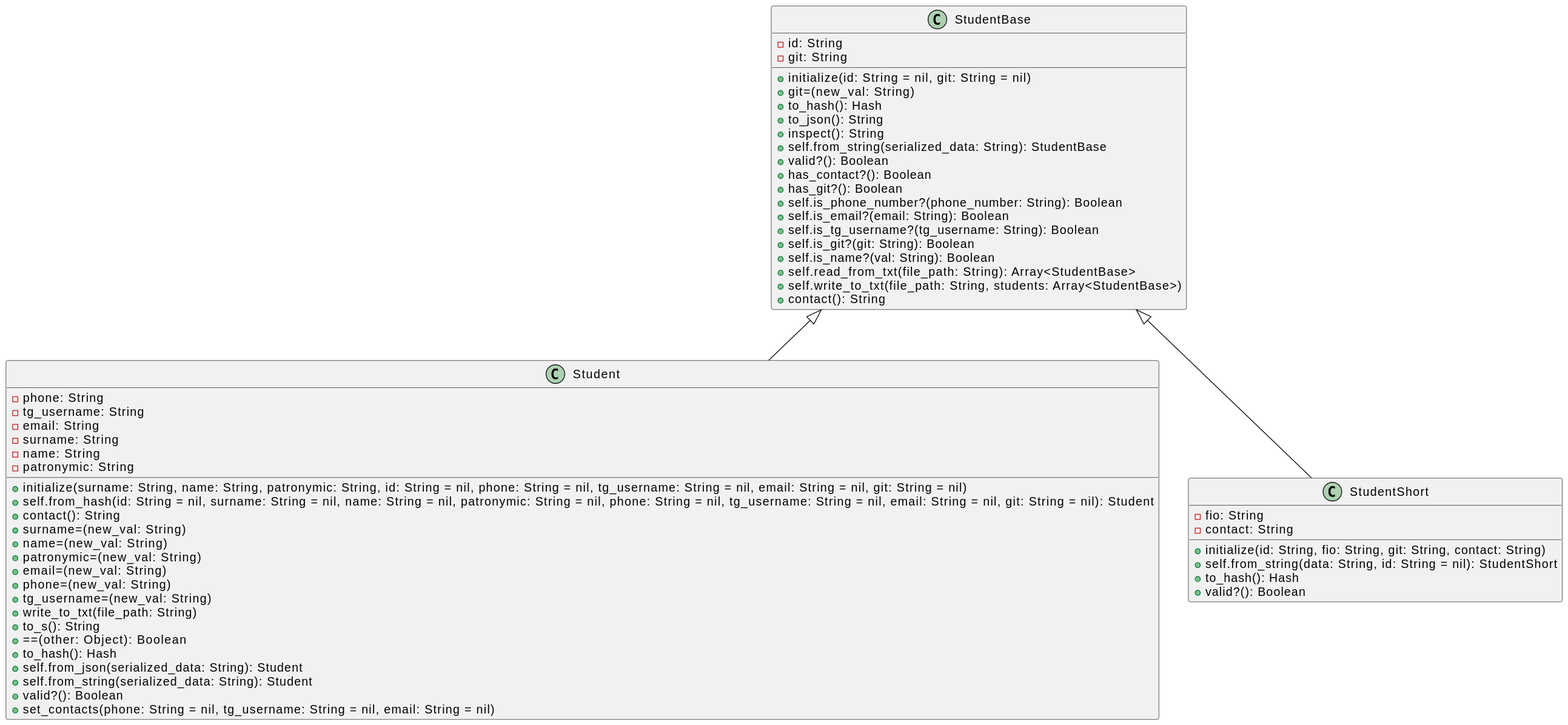
The PlantUML diagram students/diagram.svg in Corray333/design_patterns, before a commit. Its diagram source:
```plantuml
@startuml
class StudentBase {
  - id: String
  - git: String
  + initialize(id: String = nil, git: String = nil)
  + git=(new_val: String)
  + to_hash(): Hash
  + to_json(): String
  + inspect(): String
  + self.from_string(serialized_data: String): StudentBase
  + valid?(): Boolean
  + has_contact?(): Boolean
  + has_git?(): Boolean
  + self.is_phone_number?(phone_number: String): Boolean
  + self.is_email?(email: String): Boolean
  + self.is_tg_username?(tg_username: String): Boolean
  + self.is_git?(git: String): Boolean
  + self.is_name?(val: String): Boolean
  + self.read_from_txt(file_path: String): Array<StudentBase>
  + self.write_to_txt(file_path: String, students: Array<StudentBase>)
  + contact(): String
}

class Student {
  - phone: String
  - tg_username: String
  - email: String
  - surname: String
  - name: String
  - patronymic: String
  + initialize(surname: String, name: String, patronymic: String, id: String = nil, phone: String = nil, tg_username: String = nil, email: String = nil, git: String = nil)
  + self.from_hash(id: String = nil, surname: String = nil, name: String = nil, patronymic: String = nil, phone: String = nil, tg_username: String = nil, email: String = nil, git: String = nil): Student
  + contact(): String
  + surname=(new_val: String)
  + name=(new_val: String)
  + patronymic=(new_val: String)
  + email=(new_val: String)
  + phone=(new_val: String)
  + tg_username=(new_val: String)
  + write_to_txt(file_path: String)
  + to_s(): String
  + <U+003D><U+003D>(other: Object): Boolean
  + to_hash(): Hash
  + self.from_json(serialized_data: String): Student
  + self.from_string(serialized_data: String): Student
  + valid?(): Boolean
  + set_contacts(phone: String = nil, tg_username: String = nil, email: String = nil)
}

class StudentShort {
  - fio: String
  - contact: String
  + initialize(id: String, fio: String, git: String, contact: String)
  + self.from_string(data: String, id: String = nil): StudentShort
  + to_hash(): Hash
  + valid?(): Boolean
}

StudentBase <|-- Student
StudentBase <|-- StudentShort
@enduml
```
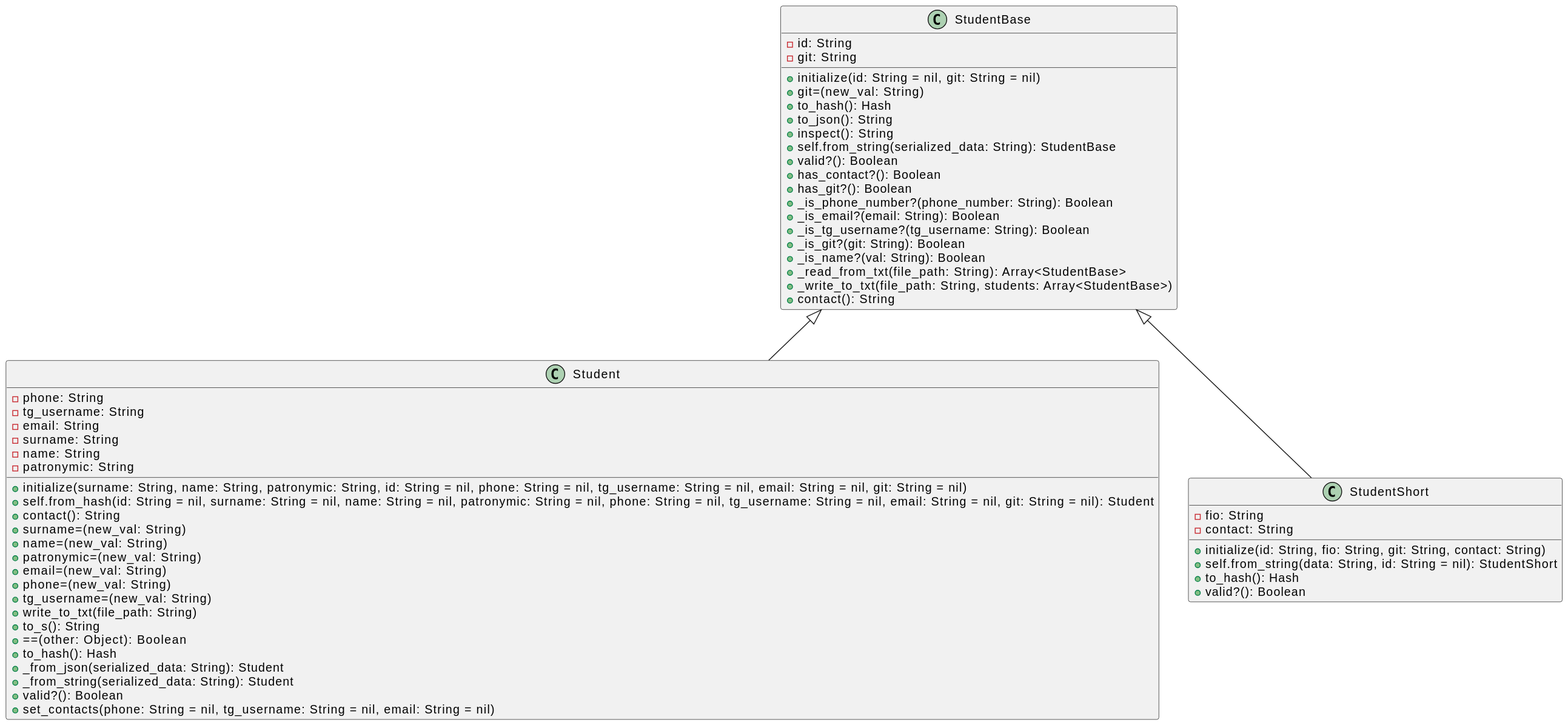
The same file after the commit.

Commit message:
fix(lab2): change self to _ in class methods in diagram

Change to the diagram source:
```diff
@@ -11,13 +11,13 @@
   + valid?(): Boolean
   + has_contact?(): Boolean
   + has_git?(): Boolean
-  + self.is_phone_number?(phone_number: String): Boolean
-  + self.is_email?(email: String): Boolean
-  + self.is_tg_username?(tg_username: String): Boolean
-  + self.is_git?(git: String): Boolean
-  + self.is_name?(val: String): Boolean
-  + self.read_from_txt(file_path: String): Array<StudentBase>
-  + self.write_to_txt(file_path: String, students: Array<StudentBase>)
+  + _is_phone_number?(phone_number: String): Boolean
+  + _is_email?(email: String): Boolean
+  + _is_tg_username?(tg_username: String): Boolean
+  + _is_git?(git: String): Boolean
+  + _is_name?(val: String): Boolean
+  + _read_from_txt(file_path: String): Array<StudentBase>
+  + _write_to_txt(file_path: String, students: Array<StudentBase>)
   + contact(): String
 }
 
@@ -41,8 +41,8 @@
   + to_s(): String
   + <U+003D><U+003D>(other: Object): Boolean
   + to_hash(): Hash
-  + self.from_json(serialized_data: String): Student
-  + self.from_string(serialized_data: String): Student
+  + _from_json(serialized_data: String): Student
+  + _from_string(serialized_data: String): Student
   + valid?(): Boolean
   + set_contacts(phone: String = nil, tg_username: String = nil, email: String = nil)
 }
```
